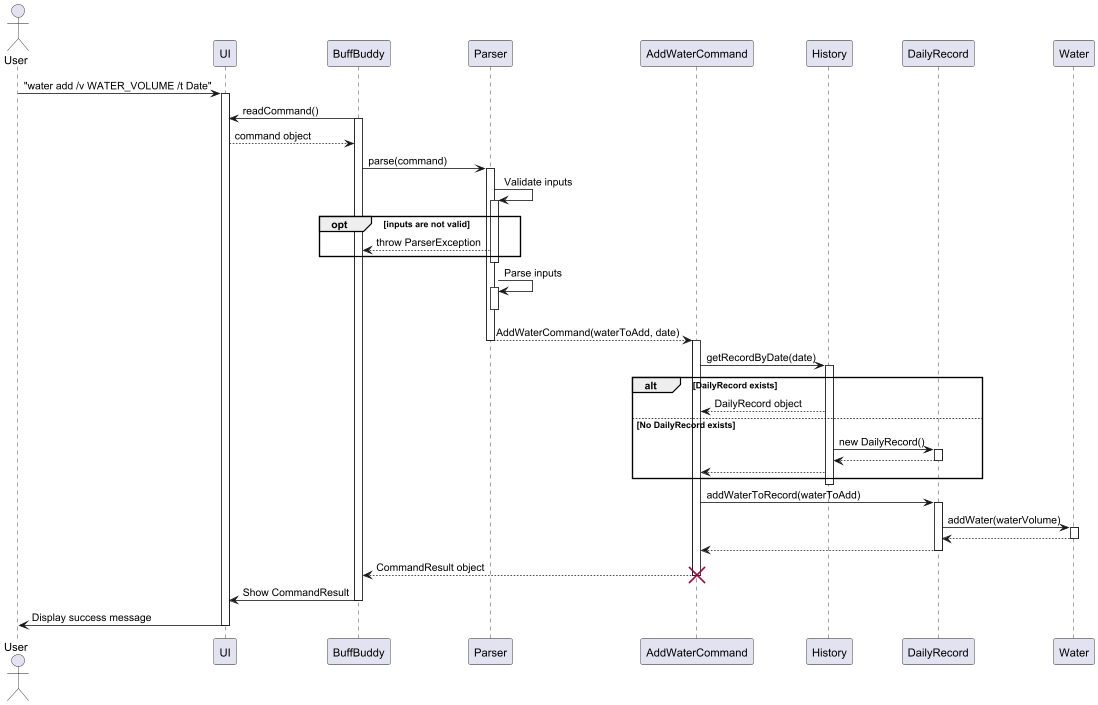
Above: docs/images/addWaterSequenceDiagram.png in nus-cs2113-AY2425S1/tp (PlantUML), before the change. The source it was exported from:
```plantuml
@startuml
actor User
participant "UI" as UI
participant "BuffBuddy" as BB
participant "Parser" as Parser
participant "AddWaterCommand" as AddCmd
participant "History" as History
participant "DailyRecord" as DailyRec

User -> UI: "water add /v WATER_VOLUME /t Date"
activate UI
BB -> UI: readCommand()
activate BB
UI --> BB: command object
BB -> Parser: parse(command)
activate Parser

Parser -> Parser : Validate inputs
activate Parser
opt inputs are not valid
    Parser --> BB : throw ParserException
    end
deactivate Parser

Parser -> Parser : Parse inputs
activate Parser
deactivate Parser
Parser --> AddCmd: AddWaterCommand(waterToAdd, date)
deactivate Parser

activate AddCmd

AddCmd -> History: getRecordByDate(date)
activate History

alt DailyRecord exists
  History --> AddCmd: DailyRecord object
else No DailyRecord exists
  History -> DailyRec: new DailyRecord()
  activate DailyRec
  DailyRec --> History
  deactivate DailyRec
  History --> AddCmd
end
deactivate History

AddCmd -> DailyRec: addWaterToRecord(waterToAdd)
activate DailyRec

DailyRec -> Water : addWater(waterVolume)
activate Water

Water --> DailyRec
deactivate Water


DailyRec --> AddCmd
deactivate DailyRec

AddCmd --> BB: CommandResult object
deactivate AddCmd
destroy AddCmd

BB -> UI: Show CommandResult
deactivate BB

UI -> User: Display success message
deactivate UI
@enduml
```
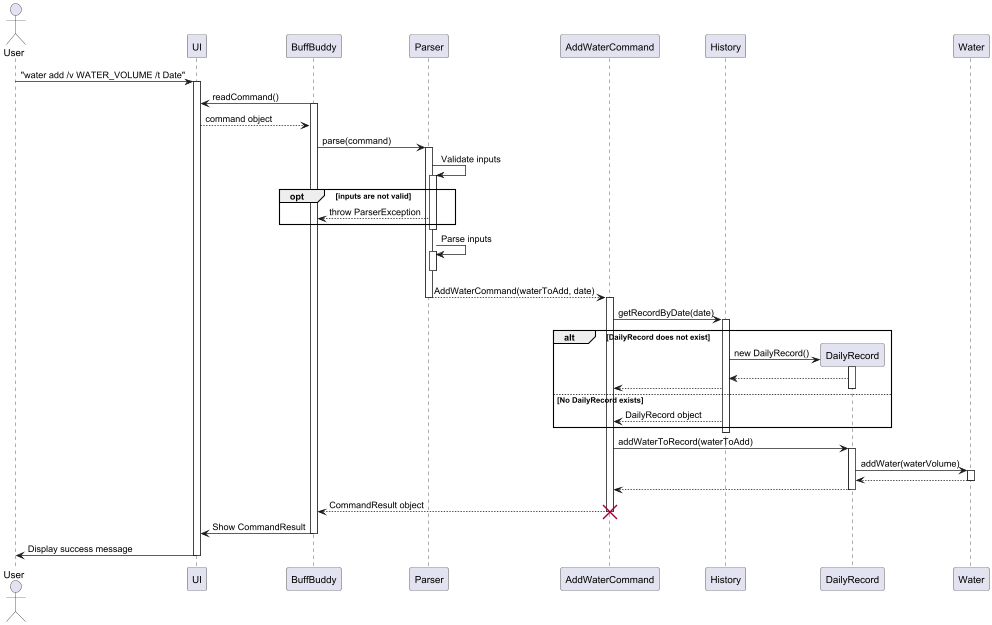
After the commit.

The edit, as a diff of the source:
```diff
@@ -33,14 +33,15 @@
 AddCmd -> History: getRecordByDate(date)
 activate History
 
-alt DailyRecord exists
-  History --> AddCmd: DailyRecord object
-else No DailyRecord exists
+alt DailyRecord does not exist
+  create DailyRec
   History -> DailyRec: new DailyRecord()
   activate DailyRec
   DailyRec --> History
+  History --> AddCmd
   deactivate DailyRec
-  History --> AddCmd
+else No DailyRecord exists
+  History --> AddCmd: DailyRecord object
 end
 deactivate History
 
```
